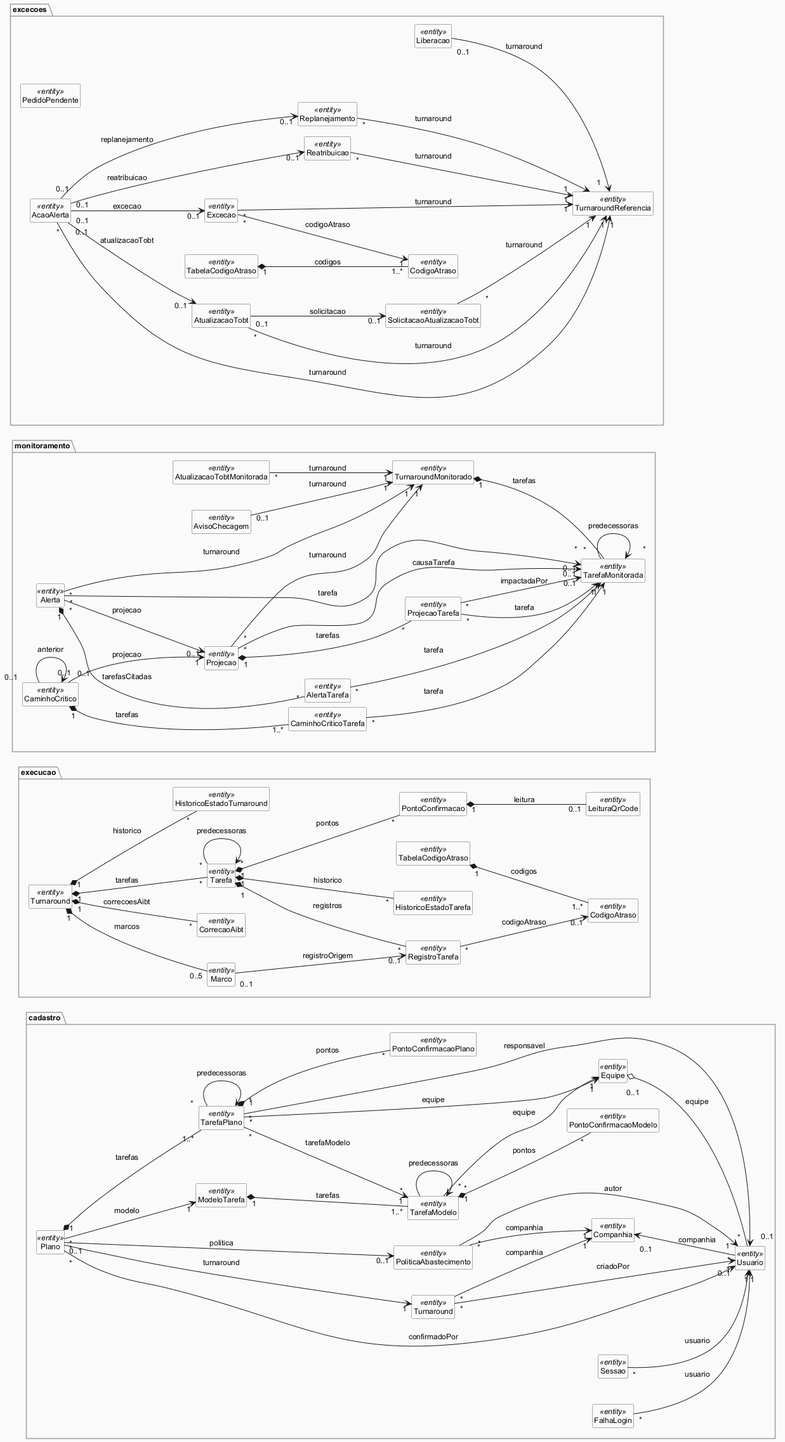
Before: especificacao/diagramas/13-classes-visao-geral.png, a diagram exported from PlantUML (Aircraft-Turnaround-Operations-Manager/aircraft-turnaround-docs). Source of this version:
```plantuml
@startuml
!include 13-classes-estilo.iuml
left to right direction
restore cadastro
restore excecoes
restore execucao
restore monitoramento
restore cadastro.Equipe
restore cadastro.Companhia
restore cadastro.Usuario
restore cadastro.FalhaLogin
restore cadastro.Sessao
restore cadastro.PoliticaAbastecimento
restore cadastro.ModeloTarefa
restore cadastro.TarefaModelo
restore cadastro.PontoConfirmacaoModelo
restore cadastro.Turnaround
restore cadastro.Plano
restore cadastro.TarefaPlano
restore cadastro.PontoConfirmacaoPlano
restore excecoes.TurnaroundReferencia
restore excecoes.SolicitacaoAtualizacaoTobt
restore excecoes.AtualizacaoTobt
restore excecoes.TabelaCodigoAtraso
restore excecoes.CodigoAtraso
restore excecoes.Excecao
restore excecoes.Reatribuicao
restore excecoes.Replanejamento
restore excecoes.AcaoAlerta
restore excecoes.Liberacao
restore excecoes.PedidoPendente
restore execucao.Turnaround
restore execucao.Marco
restore execucao.CorrecaoAibt
restore execucao.Tarefa
restore execucao.PontoConfirmacao
restore execucao.LeituraQrCode
restore execucao.TabelaCodigoAtraso
restore execucao.CodigoAtraso
restore execucao.RegistroTarefa
restore execucao.HistoricoEstadoTurnaround
restore execucao.HistoricoEstadoTarefa
restore monitoramento.TurnaroundMonitorado
restore monitoramento.TarefaMonitorada
restore monitoramento.Projecao
restore monitoramento.ProjecaoTarefa
restore monitoramento.CaminhoCritico
restore monitoramento.CaminhoCriticoTarefa
restore monitoramento.Alerta
restore monitoramento.AlertaTarefa
restore monitoramento.AvisoChecagem
restore monitoramento.AtualizacaoTobtMonitorada
hide members
@enduml
```
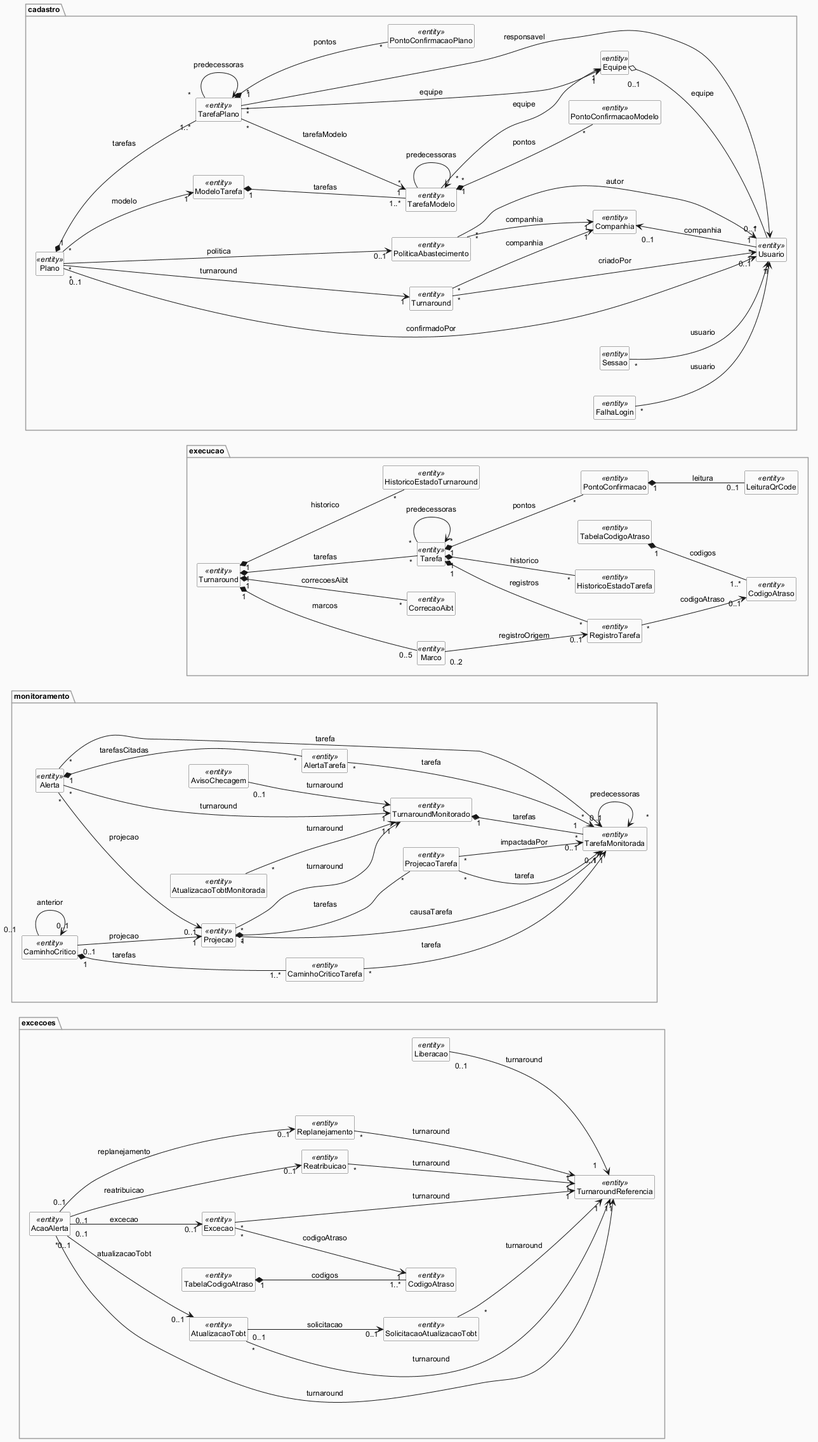
Above is the later version.

Diff of the diagram source:
```diff
@@ -1,6 +1,9 @@
 @startuml
 !include 13-classes-estilo.iuml
 left to right direction
+cadastro.Plano -[hidden]down- execucao.Turnaround
+execucao.Turnaround -[hidden]down- monitoramento.TurnaroundMonitorado
+monitoramento.TurnaroundMonitorado -[hidden]down- excecoes.TurnaroundReferencia
 restore cadastro
 restore excecoes
 restore execucao
@@ -28,7 +31,6 @@
 restore excecoes.Replanejamento
 restore excecoes.AcaoAlerta
 restore excecoes.Liberacao
-restore excecoes.PedidoPendente
 restore execucao.Turnaround
 restore execucao.Marco
 restore execucao.CorrecaoAibt
```
